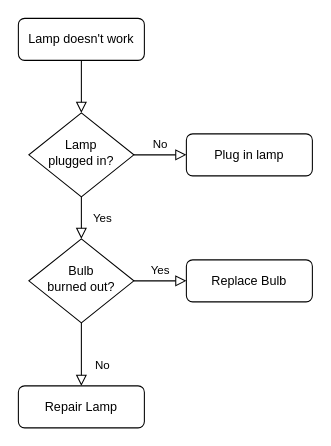
Before: 未命名绘图.drawio in xiaorong1996/1111, a draw.io diagram. Source tidied: cells renumbered, new cells numbered last; positions are measured from the earlier drawing's top-left corner, leaving out a move shared by most shapes. Both pictures are drawn from the tidied source at 105%, with x=0, y=0 at pixel (18, 18).
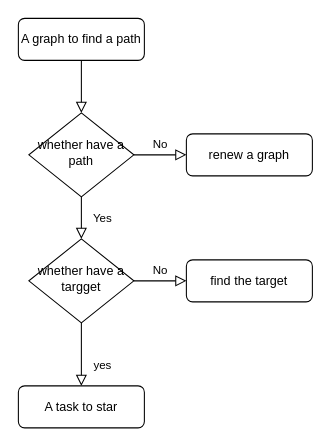
The same diagram, later.

Change to the diagram source:
```diff
@@
 <mxGraphModel>
   <root>
     <mxCell id="0" />
     <mxCell id="1" parent="0" />
     <mxCell id="2" style="rounded=0;html=1;jettySize=auto;fontSize=11;endArrow=block;endFill=0;endSize=8;strokeWidth=1;shadow=0;labelBackgroundColor=none;edgeStyle=orthogonalEdgeStyle;" parent="1" edge="1" source="3" target="6">
       <mxGeometry relative="1" as="geometry" />
     </mxCell>
-    <mxCell id="3" value="Lamp doesn't work" style="rounded=1;whiteSpace=wrap;html=1;fontSize=12;glass=0;strokeWidth=1;shadow=0;" parent="1" vertex="1">
+    <mxCell id="3" value="A graph to find a path" style="rounded=1;whiteSpace=wrap;html=1;fontSize=12;glass=0;strokeWidth=1;shadow=0;" parent="1" vertex="1">
       <mxGeometry width="120" height="40" as="geometry" />
     </mxCell>
     <mxCell id="4" value="Yes" style="rounded=0;html=1;jettySize=auto;fontSize=11;endArrow=block;endFill=0;endSize=8;strokeWidth=1;shadow=0;labelBackgroundColor=none;edgeStyle=orthogonalEdgeStyle;" parent="1" edge="1" source="6" target="10">
       <mxGeometry y="20" relative="1" as="geometry" />
     </mxCell>
     <mxCell id="5" value="No" style="edgeStyle=orthogonalEdgeStyle;rounded=0;html=1;jettySize=auto;fontSize=11;endArrow=block;endFill=0;endSize=8;strokeWidth=1;shadow=0;labelBackgroundColor=none;" parent="1" edge="1" source="6" target="7">
       <mxGeometry y="10" relative="1" as="geometry" />
     </mxCell>
-    <mxCell id="6" value="Lamp&lt;br&gt;plugged in?" style="rhombus;whiteSpace=wrap;html=1;shadow=0;fontFamily=Helvetica;fontSize=12;align=center;strokeWidth=1;spacing=6;spacingTop=-4;" parent="1" vertex="1">
+    <mxCell id="6" value="whether have a path" style="rhombus;whiteSpace=wrap;html=1;shadow=0;fontFamily=Helvetica;fontSize=12;align=center;strokeWidth=1;spacing=6;spacingTop=-4;" parent="1" vertex="1">
       <mxGeometry x="10" y="90" width="100" height="80" as="geometry" />
     </mxCell>
-    <mxCell id="7" value="Plug in lamp" style="rounded=1;whiteSpace=wrap;html=1;fontSize=12;glass=0;strokeWidth=1;shadow=0;" parent="1" vertex="1">
+    <mxCell id="7" value="renew a graph" style="rounded=1;whiteSpace=wrap;html=1;fontSize=12;glass=0;strokeWidth=1;shadow=0;" parent="1" vertex="1">
       <mxGeometry x="160" y="110" width="120" height="40" as="geometry" />
     </mxCell>
-    <mxCell id="8" value="No" style="rounded=0;html=1;jettySize=auto;fontSize=11;endArrow=block;endFill=0;endSize=8;strokeWidth=1;shadow=0;labelBackgroundColor=none;edgeStyle=orthogonalEdgeStyle;" parent="1" edge="1" source="10" target="11">
+    <mxCell id="8" value="yes" style="rounded=0;html=1;jettySize=auto;fontSize=11;endArrow=block;endFill=0;endSize=8;strokeWidth=1;shadow=0;labelBackgroundColor=none;edgeStyle=orthogonalEdgeStyle;" parent="1" edge="1" source="10" target="11">
       <mxGeometry x="0.33" y="20" relative="1" as="geometry" />
     </mxCell>
-    <mxCell id="9" value="Yes" style="edgeStyle=orthogonalEdgeStyle;rounded=0;html=1;jettySize=auto;fontSize=11;endArrow=block;endFill=0;endSize=8;strokeWidth=1;shadow=0;labelBackgroundColor=none;" parent="1" edge="1" source="10" target="12">
+    <mxCell id="9" value="No" style="edgeStyle=orthogonalEdgeStyle;rounded=0;html=1;jettySize=auto;fontSize=11;endArrow=block;endFill=0;endSize=8;strokeWidth=1;shadow=0;labelBackgroundColor=none;" parent="1" edge="1" source="10" target="12">
       <mxGeometry y="10" relative="1" as="geometry" />
     </mxCell>
-    <mxCell id="10" value="Bulb&lt;br&gt;burned out?" style="rhombus;whiteSpace=wrap;html=1;shadow=0;fontFamily=Helvetica;fontSize=12;align=center;strokeWidth=1;spacing=6;spacingTop=-4;" parent="1" vertex="1">
+    <mxCell id="10" value="whether have a targget" style="rhombus;whiteSpace=wrap;html=1;shadow=0;fontFamily=Helvetica;fontSize=12;align=center;strokeWidth=1;spacing=6;spacingTop=-4;" parent="1" vertex="1">
       <mxGeometry x="10" y="210" width="100" height="80" as="geometry" />
     </mxCell>
-    <mxCell id="11" value="Repair Lamp" style="rounded=1;whiteSpace=wrap;html=1;fontSize=12;glass=0;strokeWidth=1;shadow=0;" parent="1" vertex="1">
+    <mxCell id="11" value="A task to star" style="rounded=1;whiteSpace=wrap;html=1;fontSize=12;glass=0;strokeWidth=1;shadow=0;" parent="1" vertex="1">
       <mxGeometry y="350" width="120" height="40" as="geometry" />
     </mxCell>
-    <mxCell id="12" value="Replace Bulb" style="rounded=1;whiteSpace=wrap;html=1;fontSize=12;glass=0;strokeWidth=1;shadow=0;" parent="1" vertex="1">
+    <mxCell id="12" value="find the target" style="rounded=1;whiteSpace=wrap;html=1;fontSize=12;glass=0;strokeWidth=1;shadow=0;" parent="1" vertex="1">
       <mxGeometry x="160" y="230" width="120" height="40" as="geometry" />
     </mxCell>
   </root>
 </mxGraphModel>
```
